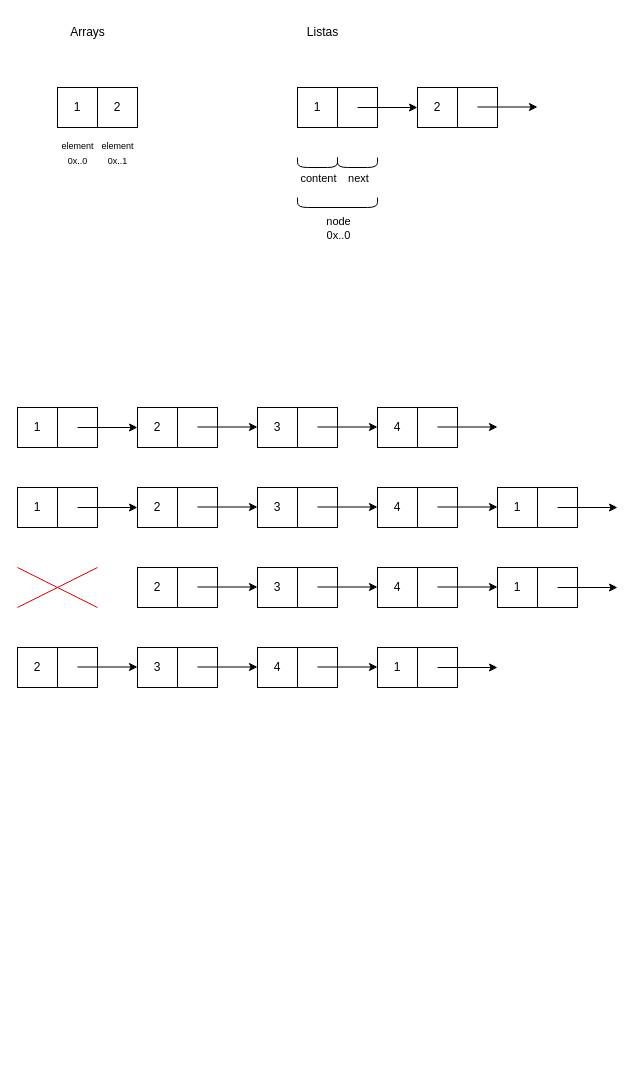
Above: resources/lists.drawio in jd17jd/42_Push_swap (draw.io), before the change. Source tidied: cells renumbered, new cells numbered last; positions are measured from the earlier drawing's top-left corner, leaving out a move shared by most shapes. Both pictures are drawn from the tidied source at 100%, with x=0, y=0 at pixel (17, 17).
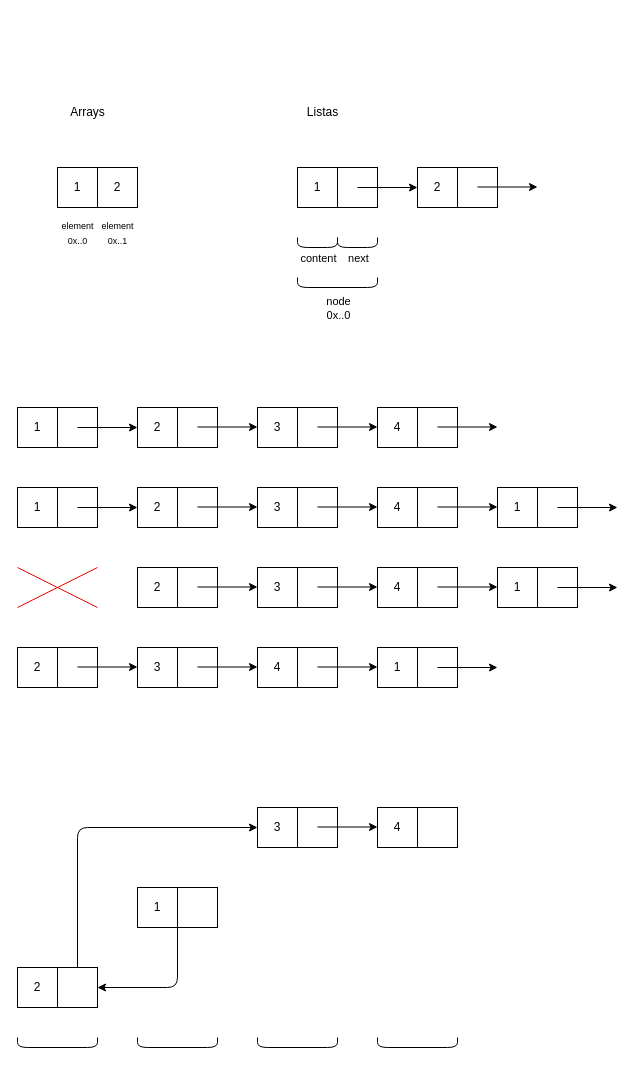
The same diagram, later.

Diff of the diagram source:
```diff
@@
     <mxCell id="2" style="whiteSpace=wrap;html=1;" parent="1" vertex="1">
-      <mxGeometry x="280" y="70" width="80" height="40" as="geometry" />
+      <mxGeometry x="280" y="150" width="80" height="40" as="geometry" />
     </mxCell>
     <mxCell id="3" value="1" style="whiteSpace=wrap;html=1;" parent="1" vertex="1">
-      <mxGeometry x="280" y="70" width="40" height="40" as="geometry" />
+      <mxGeometry x="280" y="150" width="40" height="40" as="geometry" />
     </mxCell>
     <mxCell id="4" style="whiteSpace=wrap;html=1;" parent="1" vertex="1">
-      <mxGeometry x="400" y="70" width="80" height="40" as="geometry" />
+      <mxGeometry x="400" y="150" width="80" height="40" as="geometry" />
     </mxCell>
     <mxCell id="5" value="2" style="whiteSpace=wrap;html=1;" parent="1" vertex="1">
-      <mxGeometry x="400" y="70" width="40" height="40" as="geometry" />
+      <mxGeometry x="400" y="150" width="40" height="40" as="geometry" />
     </mxCell>
     <mxCell id="6" value="Listas" style="text;html=1;align=center;verticalAlign=middle;strokeColor=none;fillColor=none;" parent="1" vertex="1">
-      <mxGeometry x="280" width="50" height="30" as="geometry" />
+      <mxGeometry x="280" y="80" width="50" height="30" as="geometry" />
     </mxCell>
     <mxCell id="7" style="edgeStyle=none;jettySize=auto;html=1;" parent="1" edge="1" target="5">
       <mxGeometry relative="1" as="geometry">
-        <mxPoint x="340" y="90" as="sourcePoint" />
+        <mxPoint x="340" y="170" as="sourcePoint" />
       </mxGeometry>
     </mxCell>
     <mxCell id="8" style="edgeStyle=none;orthogonalLoop=1;jettySize=auto;html=1;" parent="1" edge="1">
       <mxGeometry relative="1" as="geometry">
-        <mxPoint x="460" y="89.5" as="sourcePoint" />
-        <mxPoint x="520" y="89.5" as="targetPoint" />
+        <mxPoint x="460" y="169.5" as="sourcePoint" />
+        <mxPoint x="520" y="169.5" as="targetPoint" />
       </mxGeometry>
     </mxCell>
     <mxCell id="9" style="endArrow=none;html=1;" parent="1" edge="1">
       <mxGeometry relative="1" as="geometry">
-        <mxPoint x="280" y="140" as="sourcePoint" />
-        <mxPoint x="320" y="140" as="targetPoint" />
+        <mxPoint x="280" y="220" as="sourcePoint" />
+        <mxPoint x="320" y="220" as="targetPoint" />
         <Array as="points">
-          <mxPoint x="280" y="150" />
-          <mxPoint x="320" y="150" />
+          <mxPoint x="280" y="230" />
+          <mxPoint x="320" y="230" />
         </Array>
       </mxGeometry>
     </mxCell>
@@
     <mxCell id="11" style="endArrow=none;html=1;" parent="1" edge="1">
       <mxGeometry relative="1" as="geometry">
-        <mxPoint x="320" y="140" as="sourcePoint" />
-        <mxPoint x="360" y="140" as="targetPoint" />
+        <mxPoint x="320" y="220" as="sourcePoint" />
+        <mxPoint x="360" y="220" as="targetPoint" />
         <Array as="points">
-          <mxPoint x="320" y="150" />
-          <mxPoint x="360" y="150" />
+          <mxPoint x="320" y="230" />
+          <mxPoint x="360" y="230" />
         </Array>
       </mxGeometry>
     </mxCell>
@@
     <mxCell id="13" style="endArrow=none;html=1;" parent="1" edge="1">
       <mxGeometry relative="1" as="geometry">
-        <mxPoint x="280" y="180" as="sourcePoint" />
-        <mxPoint x="360" y="180" as="targetPoint" />
+        <mxPoint x="280" y="260" as="sourcePoint" />
+        <mxPoint x="360" y="260" as="targetPoint" />
         <Array as="points">
-          <mxPoint x="280" y="190" />
-          <mxPoint x="360" y="190" />
+          <mxPoint x="280" y="270" />
+          <mxPoint x="360" y="270" />
         </Array>
       </mxGeometry>
     </mxCell>
@@
     <mxCell id="15" value="2" style="whiteSpace=wrap;html=1;" parent="1" vertex="1">
-      <mxGeometry x="80" y="70" width="40" height="40" as="geometry" />
+      <mxGeometry x="80" y="150" width="40" height="40" as="geometry" />
     </mxCell>
     <mxCell id="16" value="1" style="whiteSpace=wrap;html=1;" parent="1" vertex="1">
-      <mxGeometry x="40" y="70" width="40" height="40" as="geometry" />
+      <mxGeometry x="40" y="150" width="40" height="40" as="geometry" />
     </mxCell>
     <mxCell id="17" value="Arrays" style="text;html=1;align=center;verticalAlign=middle;strokeColor=none;fillColor=none;" parent="1" vertex="1">
-      <mxGeometry x="40" width="60" height="30" as="geometry" />
+      <mxGeometry x="40" y="80" width="60" height="30" as="geometry" />
     </mxCell>
     <mxCell id="18" value="&lt;font style=&quot;font-size: 9px;&quot;&gt;element&lt;br&gt;0x..0&lt;/font&gt;" style="text;html=1;align=center;verticalAlign=middle;strokeColor=none;fillColor=none;" parent="1" vertex="1">
-      <mxGeometry x="30" y="115" width="60" height="40" as="geometry" />
+      <mxGeometry x="30" y="195" width="60" height="40" as="geometry" />
     </mxCell>
     <mxCell id="19" value="&lt;font style=&quot;font-size: 9px;&quot;&gt;element&lt;br&gt;0x..1&lt;/font&gt;" style="text;html=1;align=center;verticalAlign=middle;strokeColor=none;fillColor=none;" parent="1" vertex="1">
-      <mxGeometry x="70" y="115" width="60" height="40" as="geometry" />
+      <mxGeometry x="70" y="195" width="60" height="40" as="geometry" />
     </mxCell>
@@
+    <mxCell id="73" style="whiteSpace=wrap;html=1;" parent="1" vertex="1">
+      <mxGeometry x="120" y="870" width="80" height="40" as="geometry" />
+    </mxCell>
+    <mxCell id="74" style="edgeStyle=none;html=1;entryX=1;entryY=0.5;entryDx=0;entryDy=0;" parent="1" edge="1" source="73" target="76">
+      <mxGeometry relative="1" as="geometry">
+        <Array as="points">
+          <mxPoint x="160" y="970" />
+        </Array>
+      </mxGeometry>
+    </mxCell>
+    <mxCell id="75" value="1" style="whiteSpace=wrap;html=1;" parent="1" vertex="1">
+      <mxGeometry x="120" y="870" width="40" height="40" as="geometry" />
+    </mxCell>
+    <mxCell id="76" style="whiteSpace=wrap;html=1;" parent="1" vertex="1">
+      <mxGeometry y="950" width="80" height="40" as="geometry" />
+    </mxCell>
+    <mxCell id="77" value="2" style="whiteSpace=wrap;html=1;" parent="1" vertex="1">
+      <mxGeometry y="950" width="40" height="40" as="geometry" />
+    </mxCell>
+    <mxCell id="78" style="edgeStyle=none;jettySize=auto;html=1;entryX=0;entryY=0.5;entryDx=0;entryDy=0;exitX=0.75;exitY=0;exitDx=0;exitDy=0;" parent="1" edge="1" source="76" target="80">
+      <mxGeometry relative="1" as="geometry">
+        <Array as="points">
+          <mxPoint x="60" y="810" />
+        </Array>
+      </mxGeometry>
+    </mxCell>
+    <mxCell id="79" style="whiteSpace=wrap;html=1;" parent="1" vertex="1">
+      <mxGeometry x="240" y="790" width="80" height="40" as="geometry" />
+    </mxCell>
+    <mxCell id="80" value="3" style="whiteSpace=wrap;html=1;" parent="1" vertex="1">
+      <mxGeometry x="240" y="790" width="40" height="40" as="geometry" />
+    </mxCell>
+    <mxCell id="81" style="edgeStyle=none;orthogonalLoop=1;jettySize=auto;html=1;" parent="1" edge="1">
+      <mxGeometry relative="1" as="geometry">
+        <mxPoint x="300" y="809.5" as="sourcePoint" />
+        <mxPoint x="360" y="809.5" as="targetPoint" />
+      </mxGeometry>
+    </mxCell>
+    <mxCell id="82" style="whiteSpace=wrap;html=1;" parent="1" vertex="1">
+      <mxGeometry x="360" y="790" width="80" height="40" as="geometry" />
+    </mxCell>
+    <mxCell id="83" value="4" style="whiteSpace=wrap;html=1;" parent="1" vertex="1">
+      <mxGeometry x="360" y="790" width="40" height="40" as="geometry" />
+    </mxCell>
+    <mxCell id="84" style="endArrow=none;html=1;" parent="1" edge="1">
+      <mxGeometry relative="1" as="geometry">
+        <mxPoint y="1020" as="sourcePoint" />
+        <mxPoint x="80" y="1020" as="targetPoint" />
+        <Array as="points">
+          <mxPoint y="1030" />
+          <mxPoint x="80" y="1030" />
+        </Array>
+      </mxGeometry>
+    </mxCell>
+    <mxCell id="85" style="endArrow=none;html=1;" parent="1" edge="1">
+      <mxGeometry relative="1" as="geometry">
+        <mxPoint x="120" y="1020" as="sourcePoint" />
+        <mxPoint x="200" y="1020" as="targetPoint" />
+        <Array as="points">
+          <mxPoint x="120" y="1030" />
+          <mxPoint x="200" y="1030" />
+        </Array>
+      </mxGeometry>
+    </mxCell>
+    <mxCell id="86" style="endArrow=none;html=1;" parent="1" edge="1">
+      <mxGeometry relative="1" as="geometry">
+        <mxPoint x="240" y="1020" as="sourcePoint" />
+        <mxPoint x="320" y="1020" as="targetPoint" />
+        <Array as="points">
+          <mxPoint x="240" y="1030" />
+          <mxPoint x="320" y="1030" />
+        </Array>
+      </mxGeometry>
+    </mxCell>
+    <mxCell id="87" style="endArrow=none;html=1;" parent="1" edge="1">
+      <mxGeometry relative="1" as="geometry">
+        <mxPoint x="360" y="1020" as="sourcePoint" />
+        <mxPoint x="440" y="1020" as="targetPoint" />
+        <Array as="points">
+          <mxPoint x="360" y="1030" />
+          <mxPoint x="440" y="1030" />
+        </Array>
+      </mxGeometry>
+    </mxCell>
```
